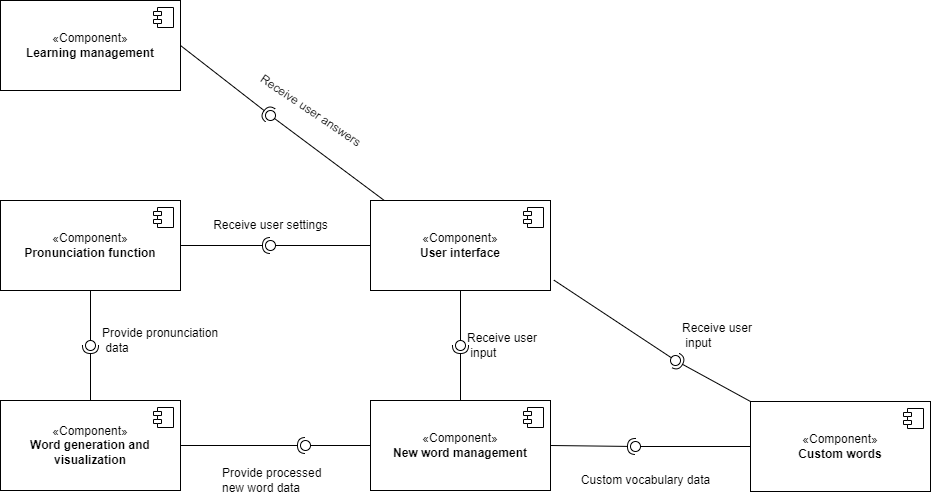
The draw.io diagram component.drawio.png in xiangxiang3451/blog_pictures, before a commit. Source tidied: cells renumbered, new cells last; positions are measured from the earlier drawing's top-left corner, leaving out a move shared by most shapes.
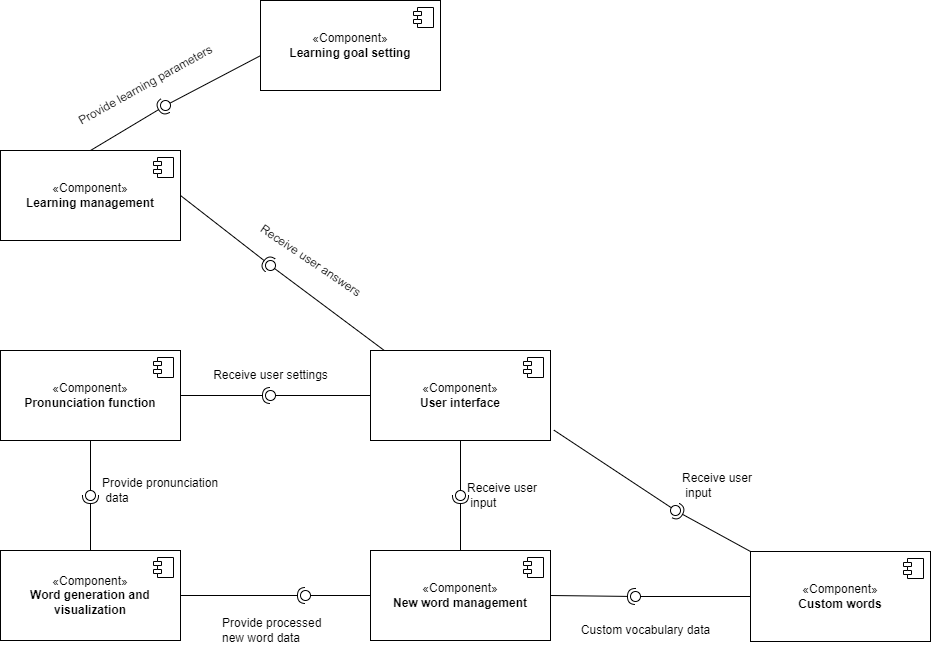
Above is the later version.

Diff of the diagram source:
```diff
@@ -134,5 +134,25 @@
     <mxCell id="41" value="Receive user answers" style="text;html=1;align=center;verticalAlign=middle;strokeColor=none;fillColor=none;spacingBottom=-1;rotation=34;" parent="1" vertex="1">
       <mxGeometry x="240" y="100" width="140" height="20" as="geometry" />
     </mxCell>
+    <mxCell id="42" value="«Component»&lt;br&gt;&lt;b&gt;Learning goal setting&lt;/b&gt;" style="html=1;whiteSpace=wrap;" parent="1" vertex="1">
+      <mxGeometry x="260" y="-150" width="180" height="90" as="geometry" />
+    </mxCell>
+    <mxCell id="43" style="shape=module;jettyWidth=8;jettyHeight=4;" parent="42" vertex="1">
+      <mxGeometry x="1" width="20" height="20" relative="1" as="geometry">
+        <mxPoint x="-27" y="7" as="offset" />
+      </mxGeometry>
+    </mxCell>
+    <mxCell id="44" style="rounded=0;jettySize=auto;html=1;endArrow=halfCircle;endFill=0;endSize=6;strokeWidth=1;sketch=0;exitX=0.5;exitY=0;exitDx=0;exitDy=0;" parent="1" edge="1" source="36" target="46">
+      <mxGeometry relative="1" as="geometry" />
+    </mxCell>
+    <mxCell id="45" style="rounded=0;jettySize=auto;html=1;endArrow=oval;endFill=0;sketch=0;sourcePerimeterSpacing=0;targetPerimeterSpacing=0;endSize=10;exitX=-0.004;exitY=0.617;exitDx=0;exitDy=0;exitPerimeter=0;" parent="1" edge="1" source="42" target="46">
+      <mxGeometry relative="1" as="geometry" />
+    </mxCell>
+    <mxCell id="46" style="ellipse;whiteSpace=wrap;html=1;align=center;fillColor=none;strokeColor=none;perimeter=centerPerimeter;points=[];outlineConnect=1;" parent="1" vertex="1">
+      <mxGeometry x="160" y="-50" width="10" height="10" as="geometry" />
+    </mxCell>
+    <mxCell id="47" value="Provide learning parameters" style="text;html=1;align=center;verticalAlign=middle;strokeColor=none;fillColor=none;rotation=331;" parent="1" vertex="1">
+      <mxGeometry x="60" y="-80" width="170" height="30" as="geometry" />
+    </mxCell>
   </root>
 </mxGraphModel>
```
